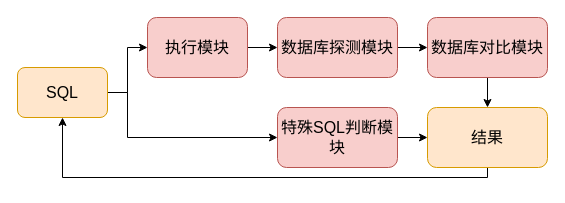
The draw.io diagram 开题报告/DML.drawio in Olive-2019/drawio-source, before the edit. Source tidied: cells renumbered, new cells numbered last; positions are measured from the earlier drawing's top-left corner, leaving out a move shared by most shapes. Both pictures are drawn from the tidied source at 100%, with x=0, y=0 at pixel (17, 17).
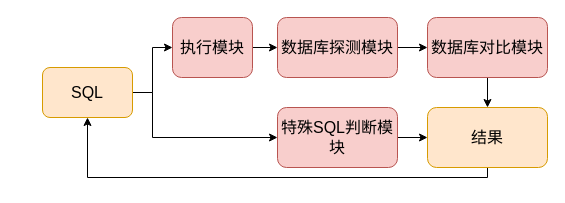
After the change.

Change to the diagram source:
```diff
@@
 <mxGraphModel>
   <root>
     <mxCell id="0" />
     <mxCell id="1" parent="0" />
     <mxCell id="2" style="edgeStyle=orthogonalEdgeStyle;rounded=0;jettySize=auto;html=1;entryX=0;entryY=0.5;entryDx=0;entryDy=0;" parent="1" edge="1" source="4" target="6">
       <mxGeometry relative="1" as="geometry" />
     </mxCell>
     <mxCell id="3" style="edgeStyle=orthogonalEdgeStyle;rounded=0;jettySize=auto;html=1;" parent="1" edge="1" source="4" target="12">
       <mxGeometry relative="1" as="geometry">
         <Array as="points">
-          <mxPoint x="110" y="75" />
-          <mxPoint x="110" y="120" />
+          <mxPoint x="135" y="75" />
+          <mxPoint x="135" y="120" />
         </Array>
       </mxGeometry>
     </mxCell>
     <mxCell id="4" value="SQL" style="rounded=1;whiteSpace=wrap;html=1;fontFamily=宋体;fontSize=16;fillColor=#ffe6cc;strokeColor=#d79b00;" parent="1" vertex="1">
-      <mxGeometry y="50" width="90" height="50" as="geometry" />
+      <mxGeometry x="25" y="50" width="90" height="50" as="geometry" />
     </mxCell>
     <mxCell id="5" style="edgeStyle=orthogonalEdgeStyle;rounded=0;jettySize=auto;html=1;" parent="1" edge="1" source="6" target="8">
       <mxGeometry relative="1" as="geometry" />
     </mxCell>
     <mxCell id="6" value="执行模块" style="rounded=1;whiteSpace=wrap;html=1;fontFamily=宋体;fontSize=16;fillColor=#f8cecc;strokeColor=#b85450;" parent="1" vertex="1">
-      <mxGeometry x="130" width="100" height="60" as="geometry" />
+      <mxGeometry x="155" width="80" height="60" as="geometry" />
     </mxCell>
     <mxCell id="7" style="edgeStyle=orthogonalEdgeStyle;rounded=0;jettySize=auto;html=1;" parent="1" edge="1" source="8" target="10">
       <mxGeometry relative="1" as="geometry" />
     </mxCell>
     <mxCell id="8" value="数据库探测模块" style="rounded=1;whiteSpace=wrap;html=1;fontFamily=宋体;fontSize=16;fillColor=#f8cecc;strokeColor=#b85450;" parent="1" vertex="1">
       <mxGeometry x="260" width="120" height="60" as="geometry" />
     </mxCell>
     <mxCell id="9" style="edgeStyle=orthogonalEdgeStyle;rounded=0;jettySize=auto;html=1;" parent="1" edge="1" source="10" target="14">
       <mxGeometry relative="1" as="geometry" />
     </mxCell>
     <mxCell id="10" value="数据库对比模块" style="whiteSpace=wrap;html=1;rounded=1;fontFamily=宋体;fontSize=16;fillColor=#f8cecc;strokeColor=#b85450;" parent="1" vertex="1">
       <mxGeometry x="410" width="120" height="60" as="geometry" />
     </mxCell>
     <mxCell id="11" style="edgeStyle=orthogonalEdgeStyle;rounded=0;jettySize=auto;html=1;" parent="1" edge="1" source="12" target="14">
       <mxGeometry relative="1" as="geometry" />
     </mxCell>
     <mxCell id="12" value="特殊SQL判断模块" style="rounded=1;whiteSpace=wrap;html=1;fontFamily=宋体;fontSize=16;fillColor=#f8cecc;strokeColor=#b85450;" parent="1" vertex="1">
       <mxGeometry x="260" y="90" width="120" height="60" as="geometry" />
     </mxCell>
-    <mxCell id="13" style="edgeStyle=orthogonalEdgeStyle;rounded=0;jettySize=auto;html=1;entryX=0.5;entryY=1;entryDx=0;entryDy=0;" parent="1" edge="1" source="14" target="4">
+    <mxCell id="13" style="edgeStyle=orthogonalEdgeStyle;rounded=0;jettySize=auto;html=1;entryX=0.5;entryY=1;entryDx=0;entryDy=0;exitX=0.5;exitY=1;exitDx=0;exitDy=0;" parent="1" edge="1" source="14" target="4">
       <mxGeometry relative="1" as="geometry">
         <Array as="points">
           <mxPoint x="470" y="160" />
-          <mxPoint x="45" y="160" />
+          <mxPoint x="70" y="160" />
         </Array>
       </mxGeometry>
     </mxCell>
     <mxCell id="14" value="结果" style="rounded=1;whiteSpace=wrap;html=1;fontFamily=宋体;fontSize=16;fillColor=#ffe6cc;strokeColor=#d79b00;" parent="1" vertex="1">
       <mxGeometry x="410" y="90" width="120" height="60" as="geometry" />
     </mxCell>
   </root>
 </mxGraphModel>
```
